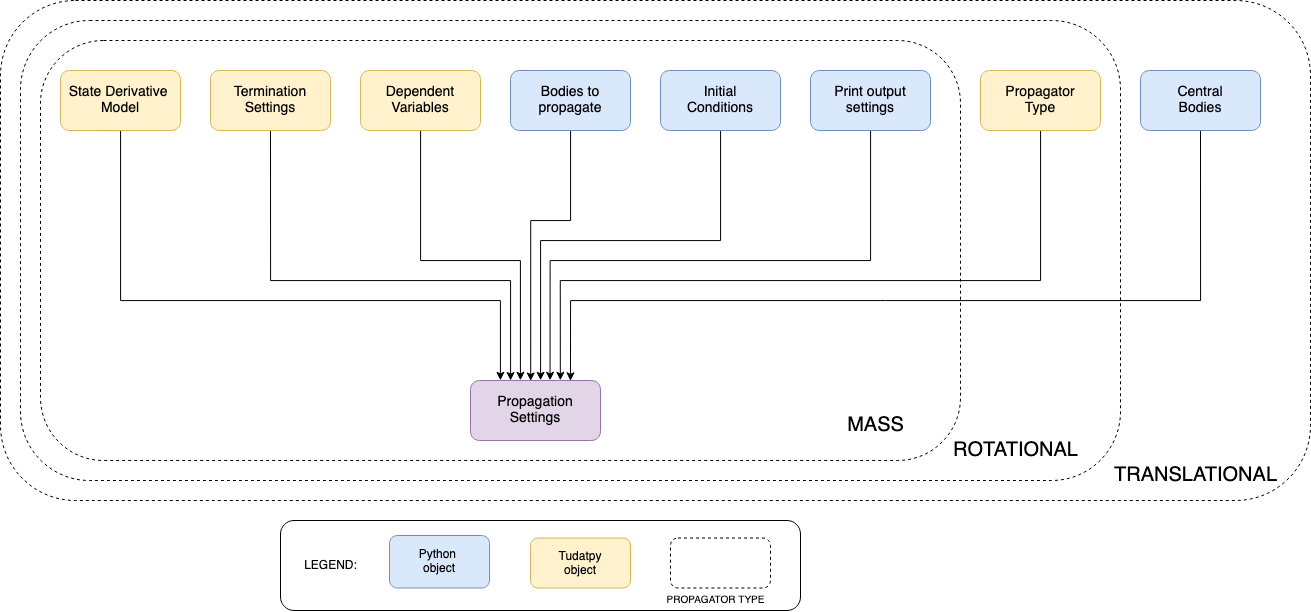
Above: docs/source/_src_user_guide/state_propagation/propagation_setup/_static/tudatpy_propagation_settings.png in tudat-team/tudat-space (draw.io), before the change. Source tidied: cells renumbered, new cells last; positions are measured from the earlier drawing's top-left corner, leaving out a move shared by most shapes.
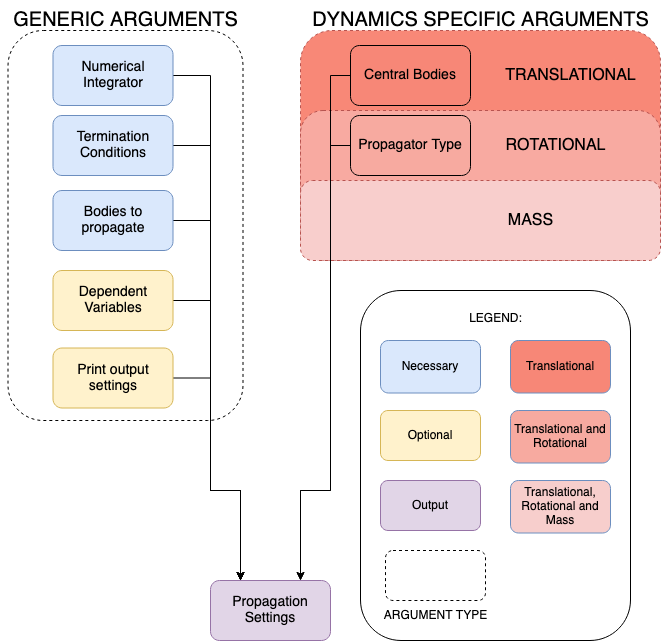
The same diagram one commit later.

What changed in the source:
```diff
@@ -2,138 +2,155 @@
   <root>
     <mxCell id="0" />
     <mxCell id="1" parent="0" />
-    <mxCell id="2" style="rounded=1;whiteSpace=wrap;html=1;labelPosition=right;verticalLabelPosition=top;align=left;verticalAlign=bottom;fillColor=none;dashed=1;fontSize=16;" parent="1" vertex="1">
-      <mxGeometry width="1310" height="500" as="geometry" />
-    </mxCell>
-    <mxCell id="3" style="rounded=1;whiteSpace=wrap;html=1;labelPosition=right;verticalLabelPosition=top;align=left;verticalAlign=bottom;fillColor=none;dashed=1;fontSize=16;" parent="1" vertex="1">
-      <mxGeometry x="20" y="20" width="1100" height="460" as="geometry" />
-    </mxCell>
-    <mxCell id="4" style="rounded=1;whiteSpace=wrap;html=1;labelPosition=right;verticalLabelPosition=top;align=left;verticalAlign=bottom;fillColor=none;dashed=1;fontSize=16;" parent="1" vertex="1">
-      <mxGeometry x="40" y="40" width="920" height="420" as="geometry" />
-    </mxCell>
-    <mxCell id="5" style="edgeStyle=orthogonalEdgeStyle;rounded=0;jettySize=auto;html=1;entryX=0.23;entryY=-0.003;entryDx=0;entryDy=0;exitX=0.5;exitY=1;exitDx=0;exitDy=0;entryPerimeter=0;" parent="1" edge="1" target="7">
-      <mxGeometry relative="1" as="geometry">
-        <mxPoint x="70" y="130" as="sourcePoint" />
-        <Array as="points">
-          <mxPoint x="120" y="130" />
-          <mxPoint x="120" y="300" />
-          <mxPoint x="500" y="300" />
-        </Array>
-      </mxGeometry>
-    </mxCell>
-    <mxCell id="6" value="&lt;span style=&quot;font-size: 14px&quot;&gt;State Derivative&amp;nbsp;&lt;/span&gt;&lt;br style=&quot;font-size: 14px&quot;&gt;&lt;span style=&quot;font-size: 14px&quot;&gt;Model&lt;/span&gt;" style="rounded=1;whiteSpace=wrap;html=1;fillColor=#fff2cc;strokeColor=#d6b656;" parent="1" vertex="1">
-      <mxGeometry x="60" y="70" width="120" height="60" as="geometry" />
-    </mxCell>
+    <mxCell id="32" style="rounded=1;whiteSpace=wrap;html=1;labelPosition=right;verticalLabelPosition=top;align=left;verticalAlign=bottom;fillColor=#F88877;dashed=1;fontSize=16;sketch=0;glass=0;shadow=0;perimeterSpacing=0;strokeColor=#b85450;" parent="1" vertex="1">
+      <mxGeometry x="1580" y="85" width="360" height="210" as="geometry" />
+    </mxCell>
     <mxCell id="7" value="&lt;span style=&quot;font-size: 14px&quot;&gt;Propagation Settings&lt;/span&gt;" style="rounded=1;whiteSpace=wrap;html=1;fillColor=#e1d5e7;strokeColor=#9673a6;" parent="1" vertex="1">
-      <mxGeometry x="470" y="380" width="130" height="60" as="geometry" />
+      <mxGeometry x="1490" y="635" width="120" height="60" as="geometry" />
     </mxCell>
-    <mxCell id="8" style="edgeStyle=orthogonalEdgeStyle;rounded=0;jettySize=auto;html=1;entryX=0.384;entryY=-0.003;entryDx=0;entryDy=0;entryPerimeter=0;" parent="1" edge="1" source="10" target="7">
-      <mxGeometry relative="1" as="geometry">
-        <Array as="points">
-          <mxPoint x="420" y="260" />
-          <mxPoint x="520" y="260" />
-        </Array>
-      </mxGeometry>
-    </mxCell>
-    <mxCell id="9" value="&lt;span style=&quot;color: rgba(0 , 0 , 0 , 0) ; font-family: monospace ; font-size: 0px ; background-color: rgb(248 , 249 , 250)&quot;&gt;%3CmxGraphModel%3E%3Croot%3E%3CmxCell%20id%3D%220%22%2F%3E%3CmxCell%20id%3D%221%22%20parent%3D%220%22%2F%3E%3CmxCell%20id%3D%222%22%20value%3D%22%26lt%3Bspan%20style%3D%26quot%3Bfont-family%3A%20%26amp%3B%2334%3Bcourier%20new%26amp%3B%2334%3B%26quot%3B%26gt%3BPropagationTerminationSettings%26lt%3B%2Fspan%26gt%3B%22%20style%3D%22edgeLabel%3Bhtml%3D1%3Balign%3Dcenter%3BverticalAlign%3Dmiddle%3Bresizable%3D0%3Bpoints%3D%5B%5D%3BfontSize%3D14%3B%22%20vertex%3D%221%22%20connectable%3D%220%22%20parent%3D%221%22%3E%3CmxGeometry%20x%3D%22270%22%20y%3D%22280%22%20as%3D%22geometry%22%2F%3E%3C%2FmxCell%3E%3C%2Froot%3E%3C%2FmxGraphModel%3E&lt;/span&gt;" style="edgeLabel;html=1;align=center;verticalAlign=middle;" parent="8" vertex="1">
-      <mxGeometry x="-0.68" y="4" relative="1" as="geometry" />
-    </mxCell>
-    <mxCell id="10" value="&lt;span style=&quot;font-size: 14px&quot;&gt;Dependent Variables&lt;/span&gt;" style="rounded=1;whiteSpace=wrap;html=1;fillColor=#fff2cc;strokeColor=#d6b656;" parent="1" vertex="1">
-      <mxGeometry x="360" y="70" width="120" height="60" as="geometry" />
-    </mxCell>
-    <mxCell id="11" style="edgeStyle=orthogonalEdgeStyle;rounded=0;jettySize=auto;html=1;exitX=0.5;exitY=1;exitDx=0;exitDy=0;" parent="1" edge="1" source="12" target="7">
-      <mxGeometry relative="1" as="geometry">
-        <Array as="points">
-          <mxPoint x="270" y="280" />
-          <mxPoint x="510" y="280" />
-        </Array>
-      </mxGeometry>
-    </mxCell>
-    <mxCell id="12" value="&lt;span style=&quot;font-size: 14px&quot;&gt;Termination Settings&lt;/span&gt;" style="rounded=1;whiteSpace=wrap;html=1;fillColor=#fff2cc;strokeColor=#d6b656;" parent="1" vertex="1">
-      <mxGeometry x="210" y="70" width="120" height="60" as="geometry" />
-    </mxCell>
+    <mxCell id="33" style="rounded=1;whiteSpace=wrap;html=1;labelPosition=right;verticalLabelPosition=top;align=left;verticalAlign=bottom;fillColor=default;dashed=1;fontSize=16;" parent="1" vertex="1">
+      <mxGeometry x="1287.5" y="85" width="235" height="390" as="geometry" />
+    </mxCell>
+    <mxCell id="34" style="edgeStyle=orthogonalEdgeStyle;rounded=0;orthogonalLoop=1;jettySize=auto;html=1;fontSize=20;endArrow=none;" parent="1" edge="1">
+      <mxGeometry relative="1" as="geometry">
+        <mxPoint x="1630" y="105" as="sourcePoint" />
+        <mxPoint x="1630" y="105" as="targetPoint" />
+      </mxGeometry>
+    </mxCell>
+    <mxCell id="35" value="&lt;font style=&quot;font-size: 20px;&quot;&gt;GENERIC ARGUMENTS&lt;/font&gt;" style="text;html=1;align=center;verticalAlign=middle;strokeColor=none;fillColor=none;fontSize=16;" parent="1" vertex="1">
+      <mxGeometry x="1280" y="55" width="250" height="40" as="geometry" />
+    </mxCell>
+    <mxCell id="36" value="&lt;font style=&quot;font-size: 20px;&quot;&gt;DYNAMICS SPECIFIC ARGUMENTS&lt;/font&gt;" style="text;html=1;align=center;verticalAlign=middle;strokeColor=none;fillColor=none;fontSize=16;" parent="1" vertex="1">
+      <mxGeometry x="1580" y="55" width="360" height="40" as="geometry" />
+    </mxCell>
+    <mxCell id="37" style="edgeStyle=orthogonalEdgeStyle;rounded=0;jettySize=auto;html=1;fontSize=20;entryX=0.25;entryY=0;entryDx=0;entryDy=0;" parent="1" edge="1" source="38" target="7">
+      <mxGeometry relative="1" as="geometry">
+        <Array as="points">
+          <mxPoint x="1490" y="130" />
+          <mxPoint x="1490" y="545" />
+          <mxPoint x="1520" y="545" />
+        </Array>
+      </mxGeometry>
+    </mxCell>
+    <mxCell id="38" value="&lt;font style=&quot;font-size: 14px;&quot;&gt;Numerical Integrator&lt;/font&gt;" style="rounded=1;whiteSpace=wrap;html=1;fillColor=#dae8fc;strokeColor=#6c8ebf;" parent="1" vertex="1">
+      <mxGeometry x="1332.5" y="100" width="120" height="60" as="geometry" />
+    </mxCell>
+    <mxCell id="39" style="edgeStyle=orthogonalEdgeStyle;rounded=0;jettySize=auto;html=1;entryX=0.25;entryY=0;entryDx=0;entryDy=0;fontSize=20;exitX=1;exitY=0.5;exitDx=0;exitDy=0;" parent="1" edge="1" source="40" target="7">
+      <mxGeometry relative="1" as="geometry">
+        <Array as="points">
+          <mxPoint x="1490" y="200" />
+          <mxPoint x="1490" y="545" />
+          <mxPoint x="1520" y="545" />
+        </Array>
+      </mxGeometry>
+    </mxCell>
+    <mxCell id="40" value="&lt;span style=&quot;font-size: 14px&quot;&gt;Termination Conditions&lt;/span&gt;" style="rounded=1;whiteSpace=wrap;html=1;fillColor=#dae8fc;strokeColor=#6c8ebf;" parent="1" vertex="1">
+      <mxGeometry x="1332.5" y="170" width="120" height="60" as="geometry" />
+    </mxCell>
-    <mxCell id="13" style="edgeStyle=orthogonalEdgeStyle;rounded=0;jettySize=auto;html=1;entryX=0.463;entryY=0.008;entryDx=0;entryDy=0;entryPerimeter=0;" parent="1" edge="1" source="14" target="7">
+    <mxCell id="13" style="edgeStyle=orthogonalEdgeStyle;rounded=0;jettySize=auto;html=1;entryX=0.25;entryY=0;entryDx=0;entryDy=0;fontSize=20;exitX=1;exitY=0.5;exitDx=0;exitDy=0;" parent="1" edge="1" source="14" target="7">
       <mxGeometry relative="1" as="geometry">
         <Array as="points">
-          <mxPoint x="570" y="220" />
-          <mxPoint x="530" y="220" />
+          <mxPoint x="1490" y="275" />
+          <mxPoint x="1490" y="545" />
+          <mxPoint x="1520" y="545" />
         </Array>
       </mxGeometry>
     </mxCell>
     <mxCell id="14" value="&lt;span style=&quot;font-size: 14px&quot;&gt;Bodies to propagate&lt;/span&gt;" style="rounded=1;whiteSpace=wrap;html=1;fillColor=#dae8fc;strokeColor=#6c8ebf;" parent="1" vertex="1">
-      <mxGeometry x="510" y="70" width="120" height="60" as="geometry" />
+      <mxGeometry x="1332.5" y="245" width="120" height="60" as="geometry" />
     </mxCell>
-    <mxCell id="15" style="edgeStyle=orthogonalEdgeStyle;rounded=0;jettySize=auto;html=1;fontSize=10;entryX=0.545;entryY=-0.003;entryDx=0;entryDy=0;entryPerimeter=0;" parent="1" edge="1" source="16" target="7">
-      <mxGeometry relative="1" as="geometry">
-        <Array as="points">
-          <mxPoint x="720" y="240" />
-          <mxPoint x="540" y="240" />
-          <mxPoint x="540" y="380" />
-        </Array>
-      </mxGeometry>
-    </mxCell>
-    <mxCell id="16" value="&lt;span style=&quot;font-size: 14px&quot;&gt;Initial&lt;br&gt;Conditions&lt;br&gt;&lt;/span&gt;" style="rounded=1;whiteSpace=wrap;html=1;fillColor=#dae8fc;strokeColor=#6c8ebf;" parent="1" vertex="1">
-      <mxGeometry x="660" y="70" width="120" height="60" as="geometry" />
-    </mxCell>
+    <mxCell id="8" style="edgeStyle=orthogonalEdgeStyle;rounded=0;jettySize=auto;html=1;fontSize=20;entryX=0.25;entryY=0;entryDx=0;entryDy=0;" parent="1" edge="1" source="10" target="7">
+      <mxGeometry relative="1" as="geometry">
+        <Array as="points">
+          <mxPoint x="1490" y="355" />
+          <mxPoint x="1490" y="545" />
+          <mxPoint x="1520" y="545" />
+        </Array>
+      </mxGeometry>
+    </mxCell>
+    <mxCell id="10" value="&lt;span style=&quot;font-size: 14px&quot;&gt;Dependent Variables&lt;/span&gt;" style="rounded=1;whiteSpace=wrap;html=1;fillColor=#fff2cc;strokeColor=#d6b656;" parent="1" vertex="1">
+      <mxGeometry x="1332.5" y="325" width="120" height="60" as="geometry" />
+    </mxCell>
+    <mxCell id="24" style="edgeStyle=orthogonalEdgeStyle;rounded=0;jettySize=auto;html=1;entryX=0.25;entryY=0;entryDx=0;entryDy=0;fontSize=20;exitX=1;exitY=0.5;exitDx=0;exitDy=0;" parent="1" edge="1" source="25" target="7">
+      <mxGeometry relative="1" as="geometry">
+        <Array as="points">
+          <mxPoint x="1490" y="432" />
+          <mxPoint x="1490" y="545" />
+          <mxPoint x="1520" y="545" />
+        </Array>
+      </mxGeometry>
+    </mxCell>
+    <mxCell id="25" value="&lt;span style=&quot;font-size: 14px&quot;&gt;Print output&lt;br&gt;settings&lt;br&gt;&lt;/span&gt;" style="rounded=1;whiteSpace=wrap;html=1;fillColor=#fff2cc;strokeColor=#d6b656;" parent="1" vertex="1">
+      <mxGeometry x="1332.5" y="402.5" width="120" height="60" as="geometry" />
+    </mxCell>
+    <mxCell id="41" style="rounded=1;whiteSpace=wrap;html=1;labelPosition=left;verticalLabelPosition=top;align=right;verticalAlign=bottom;" parent="1" vertex="1">
+      <mxGeometry x="1640" y="345" width="270" height="350" as="geometry" />
+    </mxCell>
+    <mxCell id="42" value="Necessary" style="rounded=1;whiteSpace=wrap;html=1;fillColor=#dae8fc;strokeColor=#6c8ebf;" parent="1" vertex="1">
+      <mxGeometry x="1660" y="395" width="100" height="52.5" as="geometry" />
+    </mxCell>
+    <mxCell id="28" value="LEGEND:" style="text;html=1;align=center;verticalAlign=middle;strokeColor=none;fillColor=none;" parent="1" vertex="1">
+      <mxGeometry x="1740" y="362.5" width="70" height="20" as="geometry" />
+    </mxCell>
+    <mxCell id="43" style="rounded=1;whiteSpace=wrap;html=1;labelPosition=right;verticalLabelPosition=top;align=left;verticalAlign=bottom;fillColor=none;dashed=1;fontSize=16;" parent="1" vertex="1">
+      <mxGeometry x="1665" y="605" width="100" height="50" as="geometry" />
+    </mxCell>
+    <mxCell id="44" value="&lt;font style=&quot;font-size: 12px;&quot;&gt;ARGUMENT TYPE&lt;/font&gt;" style="text;html=1;align=center;verticalAlign=middle;strokeColor=none;fillColor=none;fontSize=10;" parent="1" vertex="1">
+      <mxGeometry x="1650" y="655" width="130" height="30" as="geometry" />
+    </mxCell>
+    <mxCell id="45" value="Optional" style="rounded=1;whiteSpace=wrap;html=1;fillColor=#fff2cc;strokeColor=#d6b656;" parent="1" vertex="1">
+      <mxGeometry x="1660" y="465" width="100" height="50" as="geometry" />
+    </mxCell>
+    <mxCell id="46" style="rounded=1;whiteSpace=wrap;html=1;labelPosition=right;verticalLabelPosition=top;align=left;verticalAlign=bottom;fillColor=#F8AAA1;dashed=1;fontSize=16;sketch=0;glass=0;shadow=0;perimeterSpacing=0;strokeColor=#b85450;" parent="1" vertex="1">
+      <mxGeometry x="1580" y="165" width="360" height="150" as="geometry" />
+    </mxCell>
-    <mxCell id="17" style="edgeStyle=orthogonalEdgeStyle;rounded=0;jettySize=auto;html=1;fontSize=20;entryX=0.691;entryY=-0.003;entryDx=0;entryDy=0;entryPerimeter=0;" parent="1" edge="1" source="18" target="7">
+    <mxCell id="17" style="edgeStyle=orthogonalEdgeStyle;rounded=0;jettySize=auto;html=1;fontSize=20;exitX=0;exitY=0.5;exitDx=0;exitDy=0;entryX=0.75;entryY=0;entryDx=0;entryDy=0;" parent="1" edge="1" source="18" target="7">
       <mxGeometry relative="1" as="geometry">
         <Array as="points">
-          <mxPoint x="1040" y="280" />
-          <mxPoint x="560" y="280" />
+          <mxPoint x="1610" y="200" />
+          <mxPoint x="1610" y="545" />
+          <mxPoint x="1580" y="545" />
         </Array>
       </mxGeometry>
     </mxCell>
-    <mxCell id="18" value="&lt;span style=&quot;font-size: 14px&quot;&gt;Propagator&lt;br&gt;Type&lt;br&gt;&lt;/span&gt;" style="rounded=1;whiteSpace=wrap;html=1;fillColor=#fff2cc;strokeColor=#d6b656;" parent="1" vertex="1">
-      <mxGeometry x="980" y="70" width="120" height="60" as="geometry" />
+    <mxCell id="18" value="&lt;font style=&quot;font-size: 14px;&quot;&gt;Propagator Type&lt;/font&gt;" style="rounded=1;whiteSpace=wrap;html=1;fillColor=#F7AAA0;strokeColor=#000000;" parent="1" vertex="1">
+      <mxGeometry x="1630" y="170" width="120" height="60" as="geometry" />
     </mxCell>
-    <mxCell id="19" value="&lt;font style=&quot;font-size: 20px&quot;&gt;ROTATIONAL&lt;br&gt;&lt;/font&gt;" style="text;html=1;align=center;verticalAlign=middle;strokeColor=none;fillColor=none;fontSize=16;" parent="1" vertex="1">
-      <mxGeometry x="940" y="430" width="150" height="40" as="geometry" />
-    </mxCell>
-    <mxCell id="20" value="&lt;font style=&quot;font-size: 20px&quot;&gt;TRANSLATIONAL&lt;br&gt;&lt;/font&gt;" style="text;html=1;align=center;verticalAlign=middle;strokeColor=none;fillColor=none;fontSize=16;" parent="1" vertex="1">
-      <mxGeometry x="1100" y="455" width="190" height="40" as="geometry" />
-    </mxCell>
-    <mxCell id="21" value="&lt;font style=&quot;font-size: 20px&quot;&gt;MASS&lt;/font&gt;" style="text;html=1;align=center;verticalAlign=middle;strokeColor=none;fillColor=none;fontSize=16;" parent="1" vertex="1">
-      <mxGeometry x="840" y="410" width="70" height="30" as="geometry" />
-    </mxCell>
+    <mxCell id="47" style="rounded=1;whiteSpace=wrap;html=1;labelPosition=right;verticalLabelPosition=top;align=left;verticalAlign=bottom;fillColor=#F8CECC;dashed=1;fontSize=16;sketch=0;glass=0;shadow=0;perimeterSpacing=0;strokeColor=#b85450;" parent="1" vertex="1">
+      <mxGeometry x="1580" y="235" width="360" height="80" as="geometry" />
+    </mxCell>
-    <mxCell id="22" style="edgeStyle=orthogonalEdgeStyle;rounded=0;jettySize=auto;html=1;exitX=0.5;exitY=1;exitDx=0;exitDy=0;fontSize=20;entryX=0.769;entryY=0.005;entryDx=0;entryDy=0;entryPerimeter=0;" parent="1" edge="1" source="23" target="7">
+    <mxCell id="22" style="edgeStyle=orthogonalEdgeStyle;rounded=0;jettySize=auto;html=1;fontSize=14;entryX=0.75;entryY=0;entryDx=0;entryDy=0;" parent="1" edge="1" source="23" target="7">
       <mxGeometry relative="1" as="geometry">
         <Array as="points">
-          <mxPoint x="1200" y="300" />
-          <mxPoint x="570" y="300" />
+          <mxPoint x="1610" y="130" />
+          <mxPoint x="1610" y="545" />
+          <mxPoint x="1580" y="545" />
         </Array>
       </mxGeometry>
     </mxCell>
-    <mxCell id="23" value="&lt;span style=&quot;font-size: 14px&quot;&gt;Central&lt;br&gt;Bodies&lt;br&gt;&lt;/span&gt;" style="rounded=1;whiteSpace=wrap;html=1;fillColor=#dae8fc;strokeColor=#6c8ebf;" parent="1" vertex="1">
-      <mxGeometry x="1140" y="70" width="120" height="60" as="geometry" />
+    <mxCell id="23" value="&lt;font style=&quot;font-size: 14px;&quot;&gt;Central Bodies&lt;/font&gt;" style="rounded=1;whiteSpace=wrap;html=1;fillColor=#F78777;strokeColor=#000000;" parent="1" vertex="1">
+      <mxGeometry x="1630" y="100" width="120" height="60" as="geometry" />
     </mxCell>
-    <mxCell id="24" style="edgeStyle=orthogonalEdgeStyle;rounded=0;jettySize=auto;html=1;fontSize=10;entryX=0.612;entryY=-0.003;entryDx=0;entryDy=0;entryPerimeter=0;" parent="1" edge="1" source="25" target="7">
-      <mxGeometry relative="1" as="geometry">
-        <Array as="points">
-          <mxPoint x="870" y="260" />
-          <mxPoint x="550" y="260" />
-        </Array>
-      </mxGeometry>
-    </mxCell>
-    <mxCell id="25" value="&lt;span style=&quot;font-size: 14px&quot;&gt;Print output&lt;br&gt;settings&lt;br&gt;&lt;/span&gt;" style="rounded=1;whiteSpace=wrap;html=1;fillColor=#dae8fc;strokeColor=#6c8ebf;" parent="1" vertex="1">
-      <mxGeometry x="810" y="70" width="120" height="60" as="geometry" />
-    </mxCell>
-    <mxCell id="26" style="rounded=1;whiteSpace=wrap;html=1;labelPosition=left;verticalLabelPosition=top;align=right;verticalAlign=bottom;" parent="1" vertex="1">
-      <mxGeometry x="280" y="520" width="520" height="90" as="geometry" />
-    </mxCell>
-    <mxCell id="27" value="Python&amp;nbsp;&lt;br&gt;object" style="rounded=1;whiteSpace=wrap;html=1;fillColor=#dae8fc;strokeColor=#6c8ebf;" parent="1" vertex="1">
-      <mxGeometry x="389" y="535" width="100" height="52.5" as="geometry" />
-    </mxCell>
-    <mxCell id="28" value="LEGEND:" style="text;html=1;align=center;verticalAlign=middle;strokeColor=none;fillColor=none;" parent="1" vertex="1">
-      <mxGeometry x="295" y="555" width="70" height="20" as="geometry" />
-    </mxCell>
-    <mxCell id="29" style="rounded=1;whiteSpace=wrap;html=1;labelPosition=right;verticalLabelPosition=top;align=left;verticalAlign=bottom;fillColor=none;dashed=1;fontSize=16;" parent="1" vertex="1">
-      <mxGeometry x="670" y="537.5" width="100" height="50" as="geometry" />
-    </mxCell>
-    <mxCell id="30" value="&lt;font style=&quot;font-size: 10px&quot;&gt;PROPAGATOR&amp;nbsp;TYPE&lt;br style=&quot;font-size: 10px&quot;&gt;&lt;/font&gt;" style="text;html=1;align=center;verticalAlign=middle;strokeColor=none;fillColor=none;fontSize=10;" parent="1" vertex="1">
-      <mxGeometry x="660" y="590" width="110" height="20" as="geometry" />
-    </mxCell>
-    <mxCell id="31" value="Tudatpy&lt;br&gt;object" style="rounded=1;whiteSpace=wrap;html=1;fillColor=#fff2cc;strokeColor=#d6b656;" parent="1" vertex="1">
-      <mxGeometry x="530" y="537.5" width="100" height="50" as="geometry" />
-    </mxCell>
+    <mxCell id="20" value="TRANSLATIONAL" style="text;html=1;align=center;verticalAlign=middle;strokeColor=none;fillColor=none;fontSize=16;" parent="1" vertex="1">
+      <mxGeometry x="1775" y="115" width="150" height="30" as="geometry" />
+    </mxCell>
+    <mxCell id="19" value="ROTATIONAL" style="text;html=1;align=center;verticalAlign=middle;strokeColor=none;fillColor=none;fontSize=16;" parent="1" vertex="1">
+      <mxGeometry x="1775" y="185" width="120" height="30" as="geometry" />
+    </mxCell>
+    <mxCell id="21" value="MASS" style="text;html=1;align=center;verticalAlign=middle;strokeColor=none;fillColor=none;fontSize=16;" parent="1" vertex="1">
+      <mxGeometry x="1775" y="260" width="70" height="30" as="geometry" />
+    </mxCell>
+    <mxCell id="48" value="Translational" style="rounded=1;whiteSpace=wrap;html=1;fillColor=#F78777;strokeColor=#6c8ebf;" parent="1" vertex="1">
+      <mxGeometry x="1790" y="395" width="100" height="52.5" as="geometry" />
+    </mxCell>
+    <mxCell id="49" value="Output" style="rounded=1;whiteSpace=wrap;html=1;fillColor=#e1d5e7;strokeColor=#9673a6;" parent="1" vertex="1">
+      <mxGeometry x="1660" y="535" width="100" height="50" as="geometry" />
+    </mxCell>
+    <mxCell id="50" value="Translational and Rotational" style="rounded=1;whiteSpace=wrap;html=1;fillColor=#F7AAA0;strokeColor=#6c8ebf;" parent="1" vertex="1">
+      <mxGeometry x="1790" y="465" width="100" height="52.5" as="geometry" />
+    </mxCell>
+    <mxCell id="51" value="Translational, Rotational and Mass" style="rounded=1;whiteSpace=wrap;html=1;fillColor=#F7CECC;strokeColor=#6c8ebf;" parent="1" vertex="1">
+      <mxGeometry x="1790" y="535" width="100" height="52.5" as="geometry" />
+    </mxCell>
   </root>
 </mxGraphModel>
```
